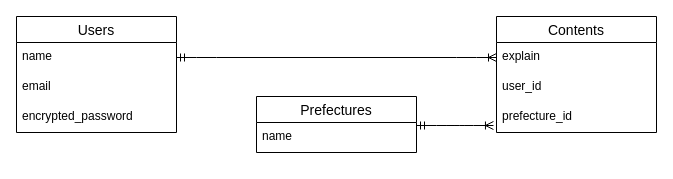
Before: ER.dio in kei-123456789/original, a draw.io diagram. Source tidied: cells renumbered, new cells numbered last; positions are measured from the earlier drawing's top-left corner, leaving out a move shared by most shapes. Both pictures are drawn from the tidied source at 100%, with x=0, y=0 at pixel (16, 16).
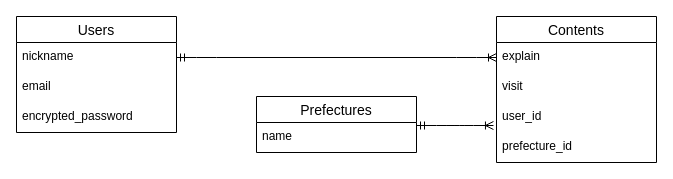
After the change.

The edit, as a diff of the source:
```diff
@@
 <mxGraphModel>
   <root>
     <mxCell id="0" />
     <mxCell id="1" parent="0" />
     <mxCell id="2" value="Users" style="swimlane;fontStyle=0;horizontal=1;startSize=26;align=center;fontSize=14;" parent="1" vertex="1">
       <mxGeometry width="160" height="116" as="geometry" />
     </mxCell>
-    <mxCell id="3" value="name" style="text;strokeColor=none;fillColor=none;spacingLeft=4;spacingRight=4;overflow=hidden;points=[[0,0.5],[1,0.5]];portConstraint=eastwest;fontSize=12;" parent="2" vertex="1">
+    <mxCell id="3" value="nickname" style="text;strokeColor=none;fillColor=none;spacingLeft=4;spacingRight=4;overflow=hidden;points=[[0,0.5],[1,0.5]];portConstraint=eastwest;fontSize=12;" parent="2" vertex="1">
       <mxGeometry y="26" width="160" height="30" as="geometry" />
     </mxCell>
     <mxCell id="4" value="email" style="text;strokeColor=none;fillColor=none;spacingLeft=4;spacingRight=4;overflow=hidden;fontSize=12;" parent="2" vertex="1">
       <mxGeometry y="56" width="160" height="30" as="geometry" />
     </mxCell>
     <mxCell id="5" value="encrypted_password" style="text;strokeColor=none;fillColor=none;spacingLeft=4;spacingRight=4;overflow=hidden;fontSize=12;" parent="2" vertex="1">
       <mxGeometry y="86" width="160" height="30" as="geometry" />
     </mxCell>
     <mxCell id="6" value="Prefectures" style="swimlane;fontStyle=0;horizontal=1;startSize=26;align=center;fontSize=14;" parent="1" vertex="1">
       <mxGeometry x="240" y="80" width="160" height="56" as="geometry" />
     </mxCell>
     <mxCell id="7" value="name" style="text;strokeColor=none;fillColor=none;spacingLeft=4;spacingRight=4;overflow=hidden;points=[[0,0.5],[1,0.5]];portConstraint=eastwest;fontSize=12;" parent="6" vertex="1">
       <mxGeometry y="26" width="160" height="30" as="geometry" />
     </mxCell>
     <mxCell id="8" value="Contents" style="swimlane;fontStyle=0;horizontal=1;startSize=26;align=center;fontSize=14;" parent="1" vertex="1">
-      <mxGeometry x="480" width="160" height="116" as="geometry" />
+      <mxGeometry x="480" width="160" height="146" as="geometry" />
     </mxCell>
     <mxCell id="9" value="explain" style="text;strokeColor=none;fillColor=none;spacingLeft=4;spacingRight=4;overflow=hidden;points=[[0,0.5],[1,0.5]];portConstraint=eastwest;fontSize=12;" parent="8" vertex="1">
       <mxGeometry y="26" width="160" height="30" as="geometry" />
     </mxCell>
-    <mxCell id="10" value="user_id" style="text;strokeColor=none;fillColor=none;spacingLeft=4;spacingRight=4;overflow=hidden;fontSize=12;" parent="8" vertex="1">
+    <mxCell id="10" value="visit" style="text;strokeColor=none;fillColor=none;spacingLeft=4;spacingRight=4;overflow=hidden;fontSize=12;" parent="8" vertex="1">
       <mxGeometry y="56" width="160" height="30" as="geometry" />
     </mxCell>
-    <mxCell id="11" value="prefecture_id" style="text;strokeColor=none;fillColor=none;spacingLeft=4;spacingRight=4;overflow=hidden;points=[[0,0.5],[1,0.5]];portConstraint=eastwest;fontSize=12;" parent="8" vertex="1">
+    <mxCell id="11" value="user_id" style="text;strokeColor=none;fillColor=none;spacingLeft=4;spacingRight=4;overflow=hidden;points=[[0,0.5],[1,0.5]];portConstraint=eastwest;fontSize=12;" parent="8" vertex="1">
       <mxGeometry y="86" width="160" height="30" as="geometry" />
     </mxCell>
+    <mxCell id="14" value="prefecture_id" style="text;strokeColor=none;fillColor=none;spacingLeft=4;spacingRight=4;overflow=hidden;fontSize=12;" parent="8" vertex="1">
+      <mxGeometry y="116" width="160" height="30" as="geometry" />
+    </mxCell>
     <mxCell id="12" style="edgeStyle=entityRelationEdgeStyle;fontSize=12;html=1;endArrow=ERoneToMany;startArrow=ERmandOne;exitX=1;exitY=0.5;exitDx=0;exitDy=0;entryX=0;entryY=0.5;entryDx=0;entryDy=0;" parent="1" edge="1" source="3" target="9">
       <mxGeometry relative="1" as="geometry" />
     </mxCell>
     <mxCell id="13" style="edgeStyle=entityRelationEdgeStyle;fontSize=12;html=1;endArrow=ERoneToMany;startArrow=ERmandOne;entryX=-0.019;entryY=0.767;entryDx=0;entryDy=0;entryPerimeter=0;exitX=1;exitY=0.1;exitDx=0;exitDy=0;exitPerimeter=0;" parent="1" edge="1" source="7" target="11">
       <mxGeometry relative="1" as="geometry" />
     </mxCell>
   </root>
 </mxGraphModel>
```
